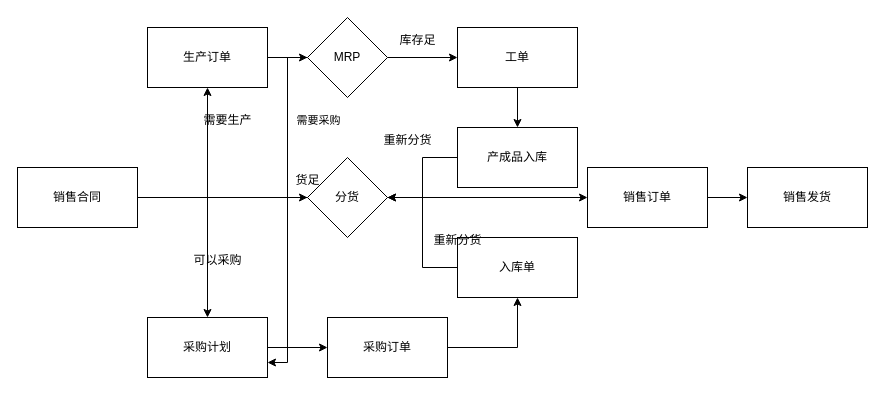
Before: page "第 2 页" (2 of 2) of 生产.drawio in zckyuwang/spring-cloud-master, a draw.io diagram. Source tidied: cells renumbered, new cells numbered last; positions are measured from the earlier drawing's top-left corner, leaving out a move shared by most shapes. Both pictures are drawn from the tidied source at 100%, with x=0, y=0 at pixel (17, 17).
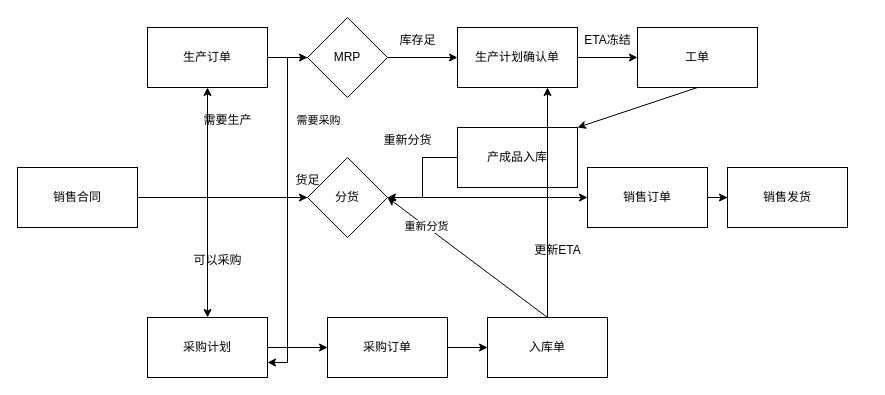
Above is the later version.

The change refers to these unchanged cells:
```xml
<mxCell id="9" value="产成品入库" style="rounded=0;whiteSpace=wrap;html=1;" parent="1" vertex="1">
  <mxGeometry x="440" y="110" width="120" height="60" as="geometry" />
</mxCell>
<mxCell id="20" value="分货" style="rhombus;whiteSpace=wrap;html=1;" parent="1" vertex="1">
  <mxGeometry x="290" y="140" width="80" height="80" as="geometry" />
</mxCell>
```

What changed in the source:
```diff
@@
-    <mxCell id="6" style="edgeStyle=orthogonalEdgeStyle;rounded=0;jettySize=auto;html=1;" parent="1" edge="1" source="7" target="9">
-      <mxGeometry relative="1" as="geometry" />
-    </mxCell>
+    <mxCell id="33" style="edgeStyle=orthogonalEdgeStyle;rounded=0;jettySize=auto;html=1;" parent="1" edge="1" source="7" target="35">
+      <mxGeometry relative="1" as="geometry" />
+    </mxCell>
-    <mxCell id="7" value="工单" style="rounded=0;whiteSpace=wrap;html=1;" parent="1" vertex="1">
+    <mxCell id="7" value="生产计划确认单" style="rounded=0;whiteSpace=wrap;html=1;" parent="1" vertex="1">
       <mxGeometry x="440" y="10" width="120" height="60" as="geometry" />
     </mxCell>
@@
     <mxCell id="10" value="销售发货" style="rounded=0;whiteSpace=wrap;html=1;" parent="1" vertex="1">
-      <mxGeometry x="730" y="150" width="120" height="60" as="geometry" />
+      <mxGeometry x="710" y="150" width="120" height="60" as="geometry" />
     </mxCell>
@@
-    <mxCell id="15" style="edgeStyle=orthogonalEdgeStyle;rounded=0;jettySize=auto;html=1;entryX=1;entryY=0.5;entryDx=0;entryDy=0;" parent="1" edge="1" source="16" target="20">
-      <mxGeometry relative="1" as="geometry" />
-    </mxCell>
+    <mxCell id="34" style="edgeStyle=orthogonalEdgeStyle;rounded=0;jettySize=auto;html=1;entryX=0.75;entryY=1;entryDx=0;entryDy=0;" parent="1" edge="1" source="16" target="7">
+      <mxGeometry relative="1" as="geometry" />
+    </mxCell>
     <mxCell id="16" value="入库单" style="rounded=0;whiteSpace=wrap;html=1;" parent="1" vertex="1">
-      <mxGeometry x="440" y="220" width="120" height="60" as="geometry" />
+      <mxGeometry x="470" y="300" width="120" height="60" as="geometry" />
     </mxCell>
@@
+    <mxCell id="32" value="重新分货" style="text;html=1;align=center;verticalAlign=middle;strokeColor=none;fillColor=none;" parent="1" vertex="1">
+      <mxGeometry x="355" y="108" width="70" height="30" as="geometry" />
+    </mxCell>
+    <mxCell id="15" style="endArrow=classic;html=1;rounded=0;exitX=0.5;exitY=0;exitDx=0;exitDy=0;entryX=1;entryY=0.5;entryDx=0;entryDy=0;" parent="1" edge="1" source="16" target="20">
+      <mxGeometry relative="1" as="geometry" />
+    </mxCell>
-    <mxCell id="31" value="重新分货" style="text;html=1;align=center;verticalAlign=middle;strokeColor=none;fillColor=none;" parent="1" vertex="1">
-      <mxGeometry x="405" y="208" width="70" height="30" as="geometry" />
+    <mxCell id="31" value="重新分货" style="edgeLabel;html=1;align=center;verticalAlign=middle;" parent="15" vertex="1">
+      <mxGeometry x="0.52" relative="1" as="geometry" />
     </mxCell>
-    <mxCell id="32" value="重新分货" style="text;html=1;align=center;verticalAlign=middle;strokeColor=none;fillColor=none;" parent="1" vertex="1">
-      <mxGeometry x="355" y="108" width="70" height="30" as="geometry" />
-    </mxCell>
+    <mxCell id="35" value="工单" style="rounded=0;whiteSpace=wrap;html=1;" parent="1" vertex="1">
+      <mxGeometry x="620" y="10" width="120" height="60" as="geometry" />
+    </mxCell>
+    <mxCell id="36" style="endArrow=classic;html=1;rounded=0;exitX=0.5;exitY=1;exitDx=0;exitDy=0;entryX=1;entryY=0;entryDx=0;entryDy=0;" parent="1" edge="1" source="35" target="9">
+      <mxGeometry relative="1" as="geometry" />
+    </mxCell>
+    <mxCell id="37" value="ETA冻结" style="text;html=1;align=center;verticalAlign=middle;strokeColor=none;fillColor=none;" parent="1" vertex="1">
+      <mxGeometry x="555" y="8" width="70" height="30" as="geometry" />
+    </mxCell>
+    <mxCell id="38" value="更新ETA" style="text;html=1;align=center;verticalAlign=middle;strokeColor=none;fillColor=none;" parent="1" vertex="1">
+      <mxGeometry x="505" y="218" width="70" height="30" as="geometry" />
+    </mxCell>
```
